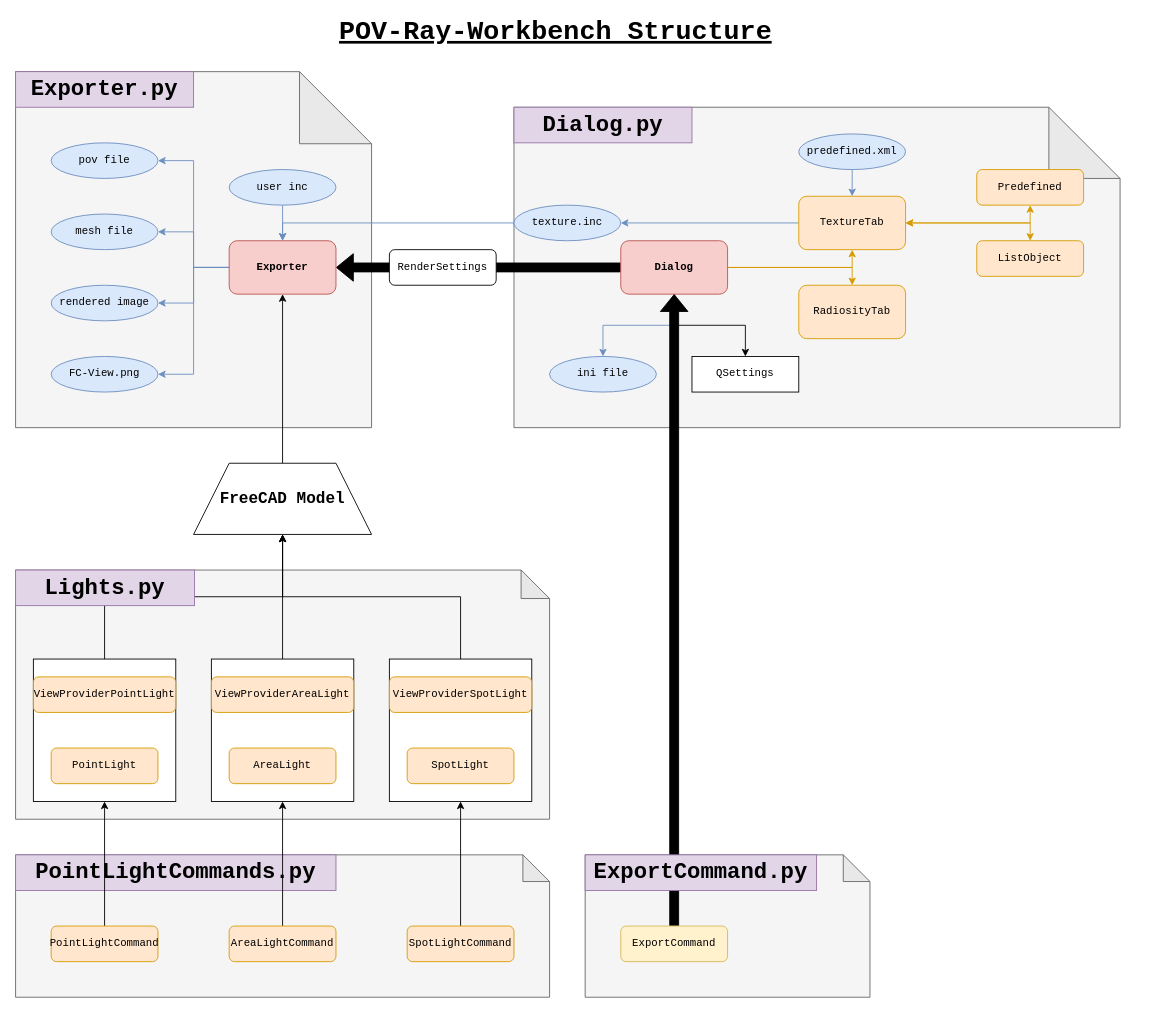
TheRaytracers/freecad-povray-render keeps this draw.io diagram as doc/img/Workbench Structure.drawio. Above is the earlier version. Source tidied: cells renumbered, new cells numbered last; positions are measured from the earlier drawing's top-left corner, leaving out a move shared by most shapes. Both pictures are drawn from the tidied source at 89%, with x=0, y=0 at pixel (15, 18).
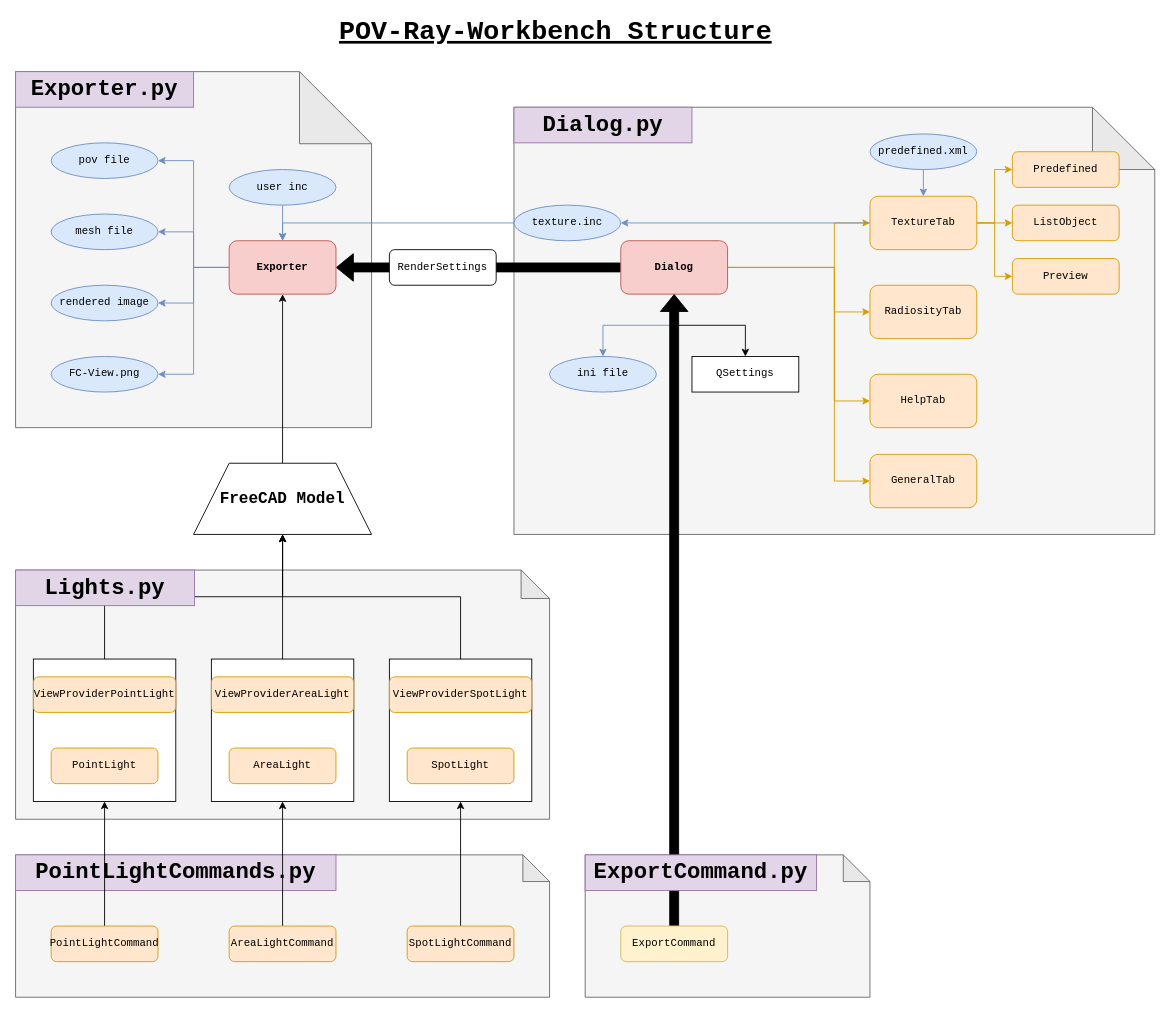
The same diagram, later.

Commit message (it also covers changes not shown here):
Update Workbench Structure

Unchanged cells that the change refers to:
```xml
<mxCell id="17" value="Dialog" style="rounded=1;whiteSpace=wrap;html=1;fontFamily=Courier New;fillColor=#f8cecc;strokeColor=#b85450;fontStyle=1;" parent="1" vertex="1">
  <mxGeometry x="680" y="250" width="120" height="60" as="geometry" />
</mxCell>
```

What changed in the source:
```diff
@@
-    <mxCell id="13" style="shape=note;whiteSpace=wrap;html=1;backgroundOutline=1;darkOpacity=0.05;shadow=0;fontFamily=Courier New;size=80;fillColor=#f5f5f5;strokeColor=#666666;fontColor=#333333;" parent="1" vertex="1">
-      <mxGeometry x="560" y="100" width="681" height="360" as="geometry" />
+    <mxCell id="13" style="shape=note;whiteSpace=wrap;html=1;backgroundOutline=1;darkOpacity=0.05;shadow=0;fontFamily=Courier New;size=70;fillColor=#f5f5f5;strokeColor=#666666;fontColor=#333333;" parent="1" vertex="1">
+      <mxGeometry x="560" y="100" width="720" height="480" as="geometry" />
     </mxCell>
@@
-    <mxCell id="15" style="edgeStyle=orthogonalEdgeStyle;rounded=0;jettySize=auto;html=1;exitX=1;exitY=0.5;exitDx=0;exitDy=0;entryX=0.5;entryY=1;entryDx=0;entryDy=0;fontFamily=Courier New;fillColor=#ffe6cc;strokeColor=#d79b00;" parent="1" edge="1" source="17" target="21">
-      <mxGeometry relative="1" as="geometry" />
+    <mxCell id="15" style="edgeStyle=orthogonalEdgeStyle;rounded=0;jettySize=auto;html=1;exitX=1;exitY=0.5;exitDx=0;exitDy=0;entryX=0;entryY=0.5;entryDx=0;entryDy=0;fillColor=#ffe6cc;strokeColor=#d79b00;" parent="1" edge="1" source="17" target="21">
+      <mxGeometry relative="1" as="geometry">
+        <Array as="points">
+          <mxPoint x="920" y="280" />
+          <mxPoint x="920" y="230" />
+        </Array>
+      </mxGeometry>
     </mxCell>
-    <mxCell id="16" style="edgeStyle=orthogonalEdgeStyle;rounded=0;jettySize=auto;html=1;exitX=1;exitY=0.5;exitDx=0;exitDy=0;entryX=0.5;entryY=0;entryDx=0;entryDy=0;fontFamily=Courier New;fillColor=#ffe6cc;strokeColor=#d79b00;" parent="1" edge="1" source="17" target="22">
-      <mxGeometry relative="1" as="geometry" />
+    <mxCell id="16" style="edgeStyle=orthogonalEdgeStyle;rounded=0;jettySize=auto;html=1;exitX=1;exitY=0.5;exitDx=0;exitDy=0;entryX=0;entryY=0.5;entryDx=0;entryDy=0;fillColor=#ffe6cc;strokeColor=#d79b00;" parent="1" edge="1" source="17" target="22">
+      <mxGeometry relative="1" as="geometry">
+        <Array as="points">
+          <mxPoint x="920" y="280" />
+          <mxPoint x="920" y="330" />
+        </Array>
+      </mxGeometry>
     </mxCell>
+    <mxCell id="66" style="edgeStyle=orthogonalEdgeStyle;rounded=0;jettySize=auto;html=1;exitX=1;exitY=0.5;exitDx=0;exitDy=0;entryX=0;entryY=0.5;entryDx=0;entryDy=0;fillColor=#ffe6cc;strokeColor=#d79b00;" parent="1" edge="1" source="17" target="70">
+      <mxGeometry relative="1" as="geometry">
+        <Array as="points">
+          <mxPoint x="920" y="280" />
+          <mxPoint x="920" y="430" />
+        </Array>
+      </mxGeometry>
+    </mxCell>
+    <mxCell id="67" style="edgeStyle=orthogonalEdgeStyle;rounded=0;jettySize=auto;html=1;exitX=1;exitY=0.5;exitDx=0;exitDy=0;entryX=0;entryY=0.5;entryDx=0;entryDy=0;fillColor=#ffe6cc;strokeColor=#d79b00;" parent="1" edge="1" source="17" target="71">
+      <mxGeometry relative="1" as="geometry">
+        <Array as="points">
+          <mxPoint x="920" y="280" />
+          <mxPoint x="920" y="520" />
+        </Array>
+      </mxGeometry>
+    </mxCell>
@@
-    <mxCell id="19" style="edgeStyle=orthogonalEdgeStyle;rounded=0;jettySize=auto;html=1;exitX=1;exitY=0.5;exitDx=0;exitDy=0;entryX=0.5;entryY=1;entryDx=0;entryDy=0;startArrow=classic;startFill=1;strokeColor=#d79b00;fillColor=#ffe6cc;fontFamily=Courier New;fontSize=12;" parent="1" edge="1" source="21" target="62">
+    <mxCell id="19" style="edgeStyle=orthogonalEdgeStyle;rounded=0;jettySize=auto;html=1;exitX=1;exitY=0.5;exitDx=0;exitDy=0;entryX=0;entryY=0.5;entryDx=0;entryDy=0;fillColor=#ffe6cc;strokeColor=#d79b00;" parent="1" edge="1" source="21" target="62">
       <mxGeometry relative="1" as="geometry" />
     </mxCell>
-    <mxCell id="20" style="edgeStyle=orthogonalEdgeStyle;rounded=0;jettySize=auto;html=1;exitX=1;exitY=0.5;exitDx=0;exitDy=0;entryX=0.5;entryY=0;entryDx=0;entryDy=0;startArrow=classic;startFill=1;strokeColor=#d79b00;fillColor=#ffe6cc;fontFamily=Courier New;fontSize=12;" parent="1" edge="1" source="21" target="63">
+    <mxCell id="20" style="edgeStyle=orthogonalEdgeStyle;rounded=0;jettySize=auto;html=1;exitX=1;exitY=0.5;exitDx=0;exitDy=0;entryX=0;entryY=0.5;entryDx=0;entryDy=0;fillColor=#ffe6cc;strokeColor=#d79b00;" parent="1" edge="1" source="21" target="63">
       <mxGeometry relative="1" as="geometry" />
     </mxCell>
+    <mxCell id="68" style="edgeStyle=orthogonalEdgeStyle;rounded=0;jettySize=auto;html=1;exitX=1;exitY=0.5;exitDx=0;exitDy=0;entryX=0;entryY=0.5;entryDx=0;entryDy=0;fillColor=#ffe6cc;strokeColor=#d79b00;" parent="1" edge="1" source="21" target="69">
+      <mxGeometry relative="1" as="geometry" />
+    </mxCell>
     <mxCell id="21" value="TextureTab" style="rounded=1;whiteSpace=wrap;html=1;fontFamily=Courier New;fillColor=#ffe6cc;strokeColor=#d79b00;" parent="1" vertex="1">
-      <mxGeometry x="880" y="200" width="120" height="60" as="geometry" />
+      <mxGeometry x="960" y="200" width="120" height="60" as="geometry" />
     </mxCell>
     <mxCell id="22" value="RadiosityTab" style="rounded=1;whiteSpace=wrap;html=1;fontFamily=Courier New;fillColor=#ffe6cc;strokeColor=#d79b00;" parent="1" vertex="1">
-      <mxGeometry x="880" y="300" width="120" height="60" as="geometry" />
+      <mxGeometry x="960" y="300" width="120" height="60" as="geometry" />
     </mxCell>
@@
     <mxCell id="24" value="predefined.xml" style="ellipse;whiteSpace=wrap;html=1;fontFamily=Courier New;fillColor=#dae8fc;strokeColor=#6c8ebf;" parent="1" vertex="1">
-      <mxGeometry x="880" y="130" width="120" height="40" as="geometry" />
+      <mxGeometry x="960" y="130" width="120" height="40" as="geometry" />
     </mxCell>
@@
     <mxCell id="62" value="Predefined" style="rounded=1;whiteSpace=wrap;html=1;shadow=0;fontFamily=Courier New;fontSize=12;fillColor=#ffe6cc;strokeColor=#d79b00;" parent="1" vertex="1">
-      <mxGeometry x="1080" y="170" width="120" height="40" as="geometry" />
+      <mxGeometry x="1120" y="150" width="120" height="40" as="geometry" />
     </mxCell>
-    <mxCell id="63" value="ListObject" style="rounded=1;whiteSpace=wrap;html=1;shadow=0;fontFamily=Courier New;fontSize=12;fillColor=#ffe6cc;strokeColor=#d79b00;" parent="1" vertex="1">
-      <mxGeometry x="1080" y="250" width="120" height="40" as="geometry" />
-    </mxCell>
@@
+    <mxCell id="69" value="Preview" style="rounded=1;whiteSpace=wrap;html=1;fontFamily=Courier New;fillColor=#ffe6cc;strokeColor=#d79b00;" parent="1" vertex="1">
+      <mxGeometry x="1120" y="270" width="120" height="40" as="geometry" />
+    </mxCell>
+    <mxCell id="70" value="HelpTab" style="rounded=1;whiteSpace=wrap;html=1;fontFamily=Courier New;fillColor=#ffe6cc;strokeColor=#d79b00;" parent="1" vertex="1">
+      <mxGeometry x="960" y="400" width="120" height="60" as="geometry" />
+    </mxCell>
+    <mxCell id="63" value="ListObject" style="rounded=1;whiteSpace=wrap;html=1;shadow=0;fontFamily=Courier New;fontSize=12;fillColor=#ffe6cc;strokeColor=#d79b00;" parent="1" vertex="1">
+      <mxGeometry x="1120" y="210" width="120" height="40" as="geometry" />
+    </mxCell>
+    <mxCell id="71" value="GeneralTab" style="rounded=1;whiteSpace=wrap;html=1;fontFamily=Courier New;fillColor=#ffe6cc;strokeColor=#d79b00;" parent="1" vertex="1">
+      <mxGeometry x="960" y="490" width="120" height="60" as="geometry" />
+    </mxCell>
```
